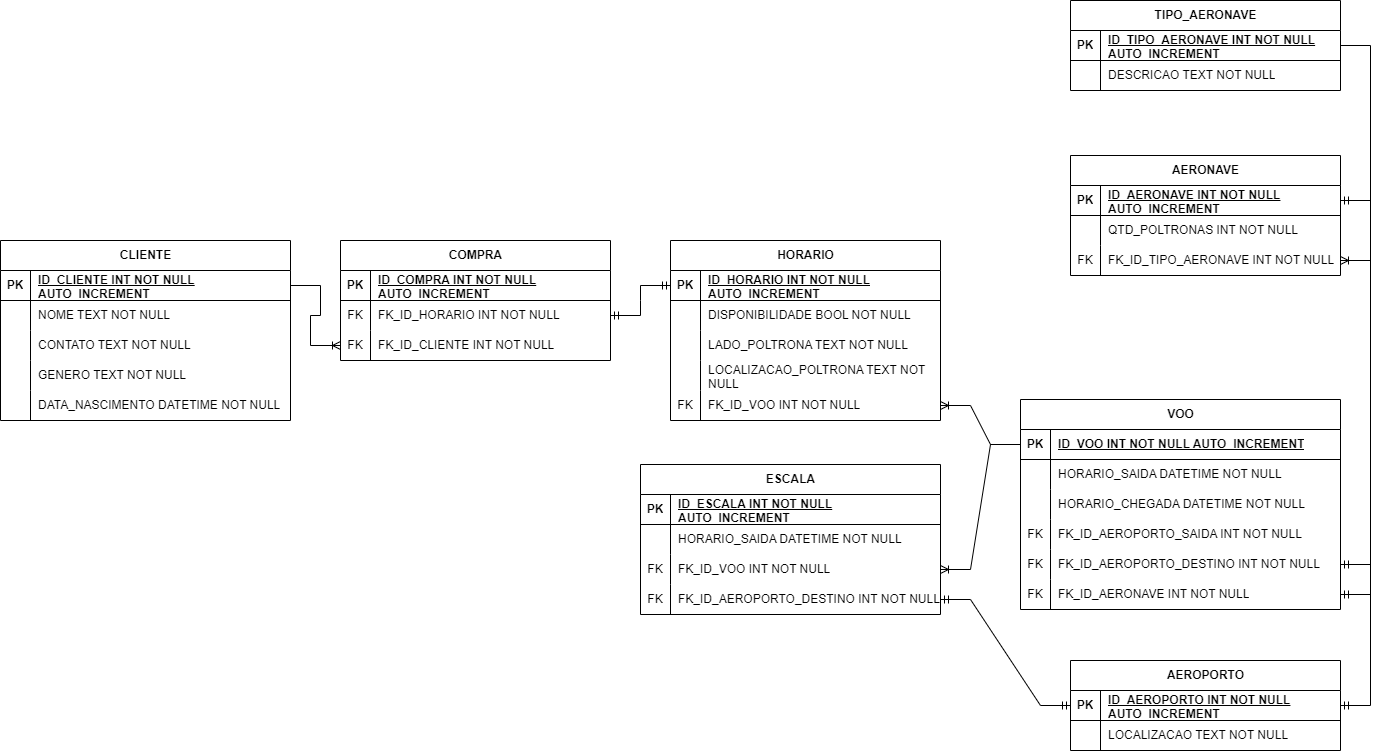
joao-danielewicz/BD1_24 keeps this draw.io diagram as Atividades/Trabalho_Aviacao/Diagrama.png. Above is the earlier version. Source tidied: cells renumbered, new cells last; positions are measured from the earlier drawing's top-left corner, leaving out a move shared by most shapes.
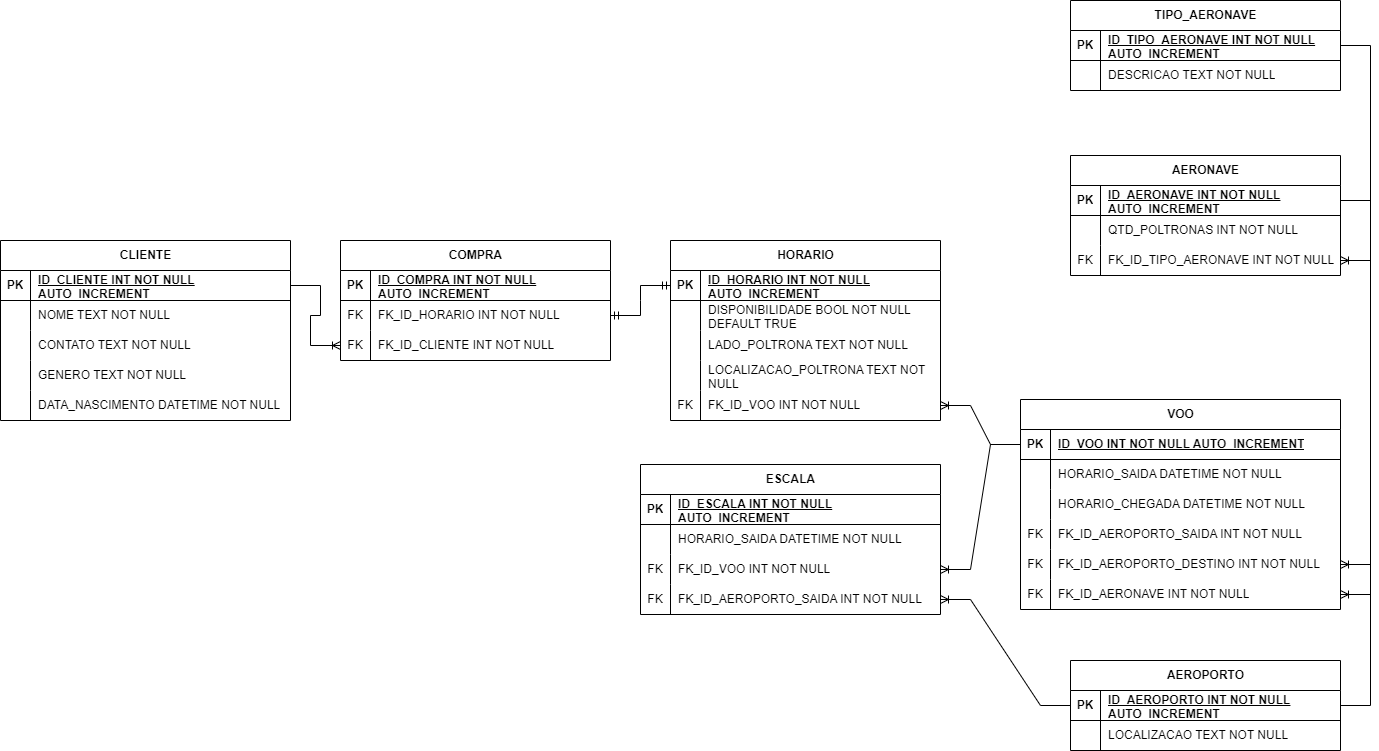
The same diagram one commit later.

Diff of the diagram source:
```diff
@@ -113,14 +113,6 @@
     <mxCell id="38" value="FK_ID_AERONAVE INT NOT NULL" style="shape=partialRectangle;fillColor=none;top=0;left=0;bottom=0;right=0;align=left;spacingLeft=6;overflow=hidden;whiteSpace=wrap;html=1;" parent="36" vertex="1">
       <mxGeometry x="30" width="290" height="30" as="geometry" />
     </mxCell>
-    <mxCell id="39" style="edgeStyle=entityRelationEdgeStyle;fontSize=12;html=1;endArrow=ERmandOne;startArrow=ERmandOne;rounded=0;entryX=1;entryY=0.5;entryDx=0;entryDy=0;exitX=1;exitY=0.5;exitDx=0;exitDy=0;" parent="1" edge="1" source="36" target="3">
-      <mxGeometry relative="1" as="geometry">
-        <Array as="points">
-          <mxPoint x="1400" y="400" />
-          <mxPoint x="1390" y="370" />
-        </Array>
-      </mxGeometry>
-    </mxCell>
     <mxCell id="40" value="AEROPORTO" style="shape=table;startSize=30;rowLines=0;fontStyle=1;align=center;html=1;" parent="1" vertex="1">
       <mxGeometry x="1070" y="660" width="270" height="90" as="geometry" />
     </mxCell>
@@ -178,18 +170,12 @@
     <mxCell id="58" value="FK" style="shape=partialRectangle;fillColor=none;top=0;left=0;bottom=0;right=0;overflow=hidden;whiteSpace=wrap;html=1;" parent="57" vertex="1">
       <mxGeometry width="30" height="30" as="geometry" />
     </mxCell>
-    <mxCell id="59" value="FK_ID_AEROPORTO_DESTINO INT NOT NULL" style="shape=partialRectangle;fillColor=none;top=0;left=0;bottom=0;right=0;align=left;spacingLeft=6;overflow=hidden;whiteSpace=wrap;html=1;" parent="57" vertex="1">
+    <mxCell id="59" value="FK_ID_AEROPORTO_SAIDA INT NOT NULL" style="shape=partialRectangle;fillColor=none;top=0;left=0;bottom=0;right=0;align=left;spacingLeft=6;overflow=hidden;whiteSpace=wrap;html=1;" parent="57" vertex="1">
       <mxGeometry x="30" width="270" height="30" as="geometry" />
     </mxCell>
     <mxCell id="60" style="edgeStyle=entityRelationEdgeStyle;fontSize=12;html=1;endArrow=ERoneToMany;rounded=0;exitX=0;exitY=0.5;exitDx=0;exitDy=0;entryX=1;entryY=0.5;entryDx=0;entryDy=0;" parent="1" edge="1" source="21" target="54">
       <mxGeometry relative="1" as="geometry" />
     </mxCell>
-    <mxCell id="61" style="edgeStyle=entityRelationEdgeStyle;fontSize=12;html=1;endArrow=ERmandOne;startArrow=ERmandOne;rounded=0;exitX=1;exitY=0.5;exitDx=0;exitDy=0;entryX=0;entryY=0.5;entryDx=0;entryDy=0;" parent="1" edge="1" source="57" target="41">
-      <mxGeometry relative="1" as="geometry" />
-    </mxCell>
-    <mxCell id="62" style="edgeStyle=entityRelationEdgeStyle;fontSize=12;html=1;endArrow=ERmandOne;startArrow=ERmandOne;rounded=0;entryX=1;entryY=0.5;entryDx=0;entryDy=0;exitX=1;exitY=0.5;exitDx=0;exitDy=0;" parent="1" edge="1" source="41" target="33">
-      <mxGeometry relative="1" as="geometry" />
-    </mxCell>
     <mxCell id="63" value="HORARIO" style="shape=table;startSize=30;rowLines=0;fontStyle=1;align=center;html=1;" parent="1" vertex="1">
       <mxGeometry x="670" y="240" width="270" height="180" as="geometry" />
     </mxCell>
@@ -208,7 +194,7 @@
     <mxCell id="68" style="shape=partialRectangle;fillColor=none;top=0;left=0;bottom=0;right=0;overflow=hidden;whiteSpace=wrap;html=1;" parent="67" vertex="1">
       <mxGeometry width="30" height="30" as="geometry" />
     </mxCell>
-    <mxCell id="69" value="DISPONIBILIDADE BOOL NOT NULL" style="shape=partialRectangle;fillColor=none;top=0;left=0;bottom=0;right=0;align=left;spacingLeft=6;overflow=hidden;whiteSpace=wrap;html=1;" parent="67" vertex="1">
+    <mxCell id="69" value="DISPONIBILIDADE BOOL NOT NULL DEFAULT TRUE" style="shape=partialRectangle;fillColor=none;top=0;left=0;bottom=0;right=0;align=left;spacingLeft=6;overflow=hidden;whiteSpace=wrap;html=1;" parent="67" vertex="1">
       <mxGeometry x="30" width="240" height="30" as="geometry" />
     </mxCell>
     <mxCell id="70" style="shape=tableRow;horizontal=0;startSize=0;swimlaneHead=0;swimlaneBody=0;fillColor=none;top=0;left=0;right=0;bottom=0;" parent="63" vertex="1">
@@ -325,5 +311,14 @@
     <mxCell id="107" style="edgeStyle=entityRelationEdgeStyle;fontSize=12;html=1;endArrow=ERoneToMany;rounded=0;exitX=1;exitY=0.5;exitDx=0;exitDy=0;entryX=0;entryY=0.5;entryDx=0;entryDy=0;" parent="1" edge="1" source="91" target="87">
       <mxGeometry relative="1" as="geometry" />
     </mxCell>
+    <mxCell id="108" style="edgeStyle=entityRelationEdgeStyle;fontSize=12;html=1;endArrow=ERoneToMany;rounded=0;exitDx=0;exitDy=0;entryDx=0;entryDy=0;exitX=1;exitY=0.5;entryX=1;entryY=0.5;" parent="1" edge="1" source="3" target="36">
+      <mxGeometry relative="1" as="geometry" />
+    </mxCell>
+    <mxCell id="62" style="edgeStyle=entityRelationEdgeStyle;fontSize=12;html=1;endArrow=ERoneToMany;rounded=0;exitX=1;exitY=0.5;exitDx=0;exitDy=0;entryX=1;entryY=0.5;entryDx=0;entryDy=0;" parent="1" edge="1" source="41" target="33">
+      <mxGeometry relative="1" as="geometry" />
+    </mxCell>
+    <mxCell id="109" style="edgeStyle=entityRelationEdgeStyle;fontSize=12;html=1;endArrow=ERoneToMany;rounded=0;exitX=0;exitY=0.5;exitDx=0;exitDy=0;entryX=1;entryY=0.5;entryDx=0;entryDy=0;" parent="1" edge="1" source="41" target="57">
+      <mxGeometry relative="1" as="geometry" />
+    </mxCell>
   </root>
 </mxGraphModel>
```
